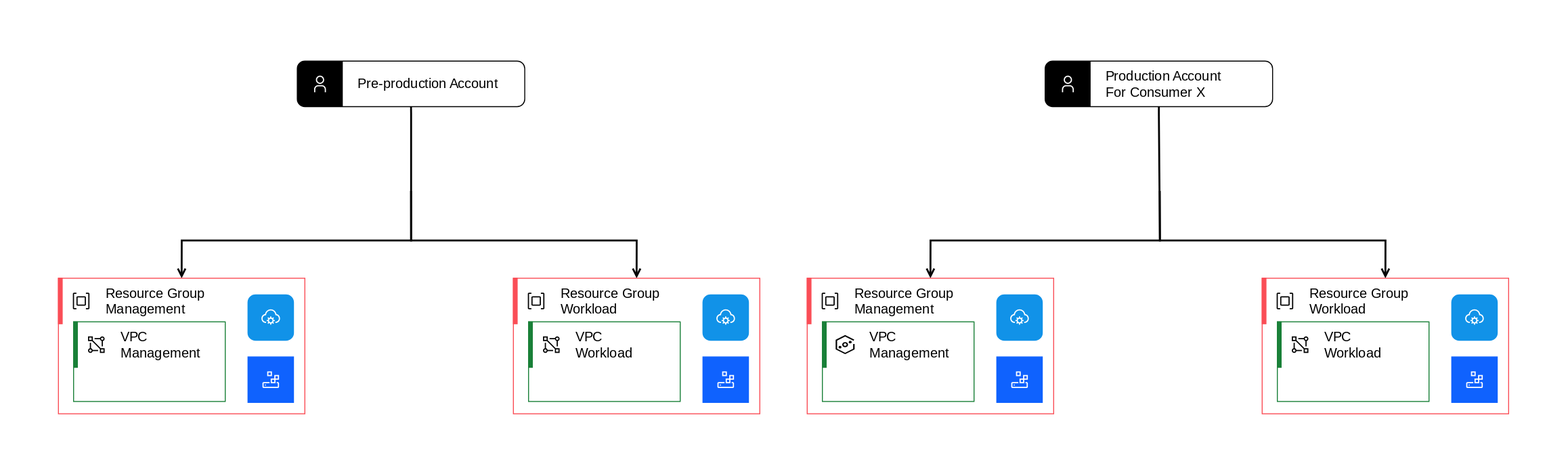
The draw.io diagram vpc/images/resource-organization/vpc-accounts-multiple-with-two-resource-groups-beta2.drawio.svg in ibm-cloud-docs/framework-financial-services, before a commit. Source tidied: cells renumbered, new cells last; positions are measured from the earlier drawing's top-left corner, leaving out a move shared by most shapes.
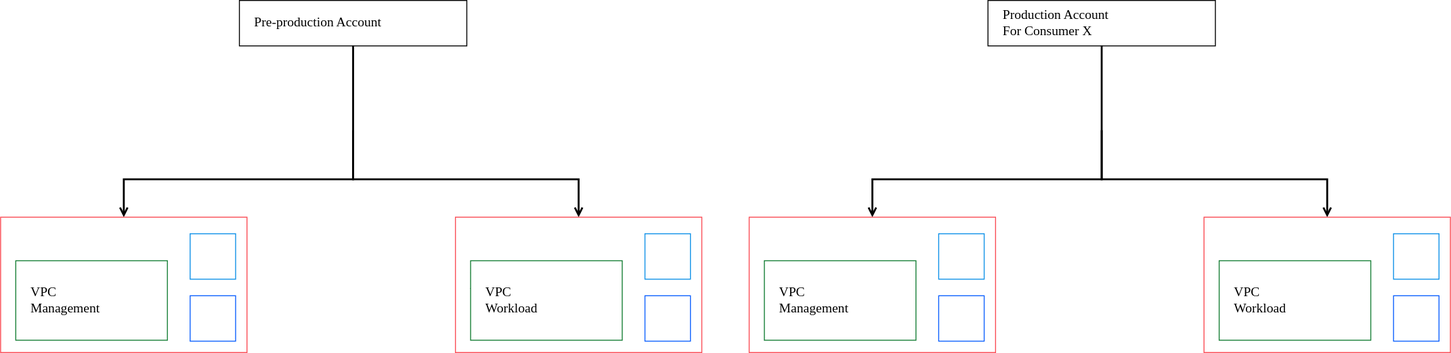
Later version of the same file.

Diff of the diagram source:
```diff
@@ -1,4 +1,4 @@
-<mxGraphModel>
+<mxGraphModel background="#FFFFFF">
   <root>
     <mxCell id="0" />
     <mxCell id="1" parent="0" />
@@ -9,7 +9,7 @@
     </object>
     <object id="3" label="&lt;font style='font-size: 14px' face='IBM Plex Sans SmBld'&gt;%Primary-Label%&lt;/font&gt;&lt;BR&gt;&lt;font style='font-size: 14px' face='IBM Plex Sans Regular'&gt;%Secondary-Text%&lt;/font&gt;" Badge-Text="" Icon-Name="user" Primary-Label="Production Account" Secondary-Text="For Consumer X" placeholders="1">
       <mxCell style="shape=mxgraph.ibm.base;ibmType=nodel;ibmLayout=expandedStack;strokeColor=#000000;fillColor=default;html=1;whiteSpace=wrap;fontFamily=IBM Plex Sans Regular;fontSize=14;image=;align=left;verticalAlign=middle;labelPosition=center;verticalLabelPosition=middle;spacing=0;spacingLeft=16;spacingRight=16;spacingTop=0;spacingBottom=0;fontColor=#000000;stackFill=1;" parent="1" vertex="1">
-        <mxGeometry x="1041" width="240" height="48" as="geometry" />
+        <mxGeometry x="1042" width="240" height="48" as="geometry" />
       </mxCell>
     </object>
     <mxCell id="4" style="edgeStyle=orthogonalEdgeStyle;rounded=0;jettySize=auto;html=1;exitX=0.5;exitY=1;exitDx=0;exitDy=0;exitPerimeter=0;entryX=0.5;entryY=0;entryDx=0;entryDy=0;entryPerimeter=0;fontSize=10;endArrow=open;endFill=0;strokeWidth=2;" parent="1" edge="1" target="6">
```
